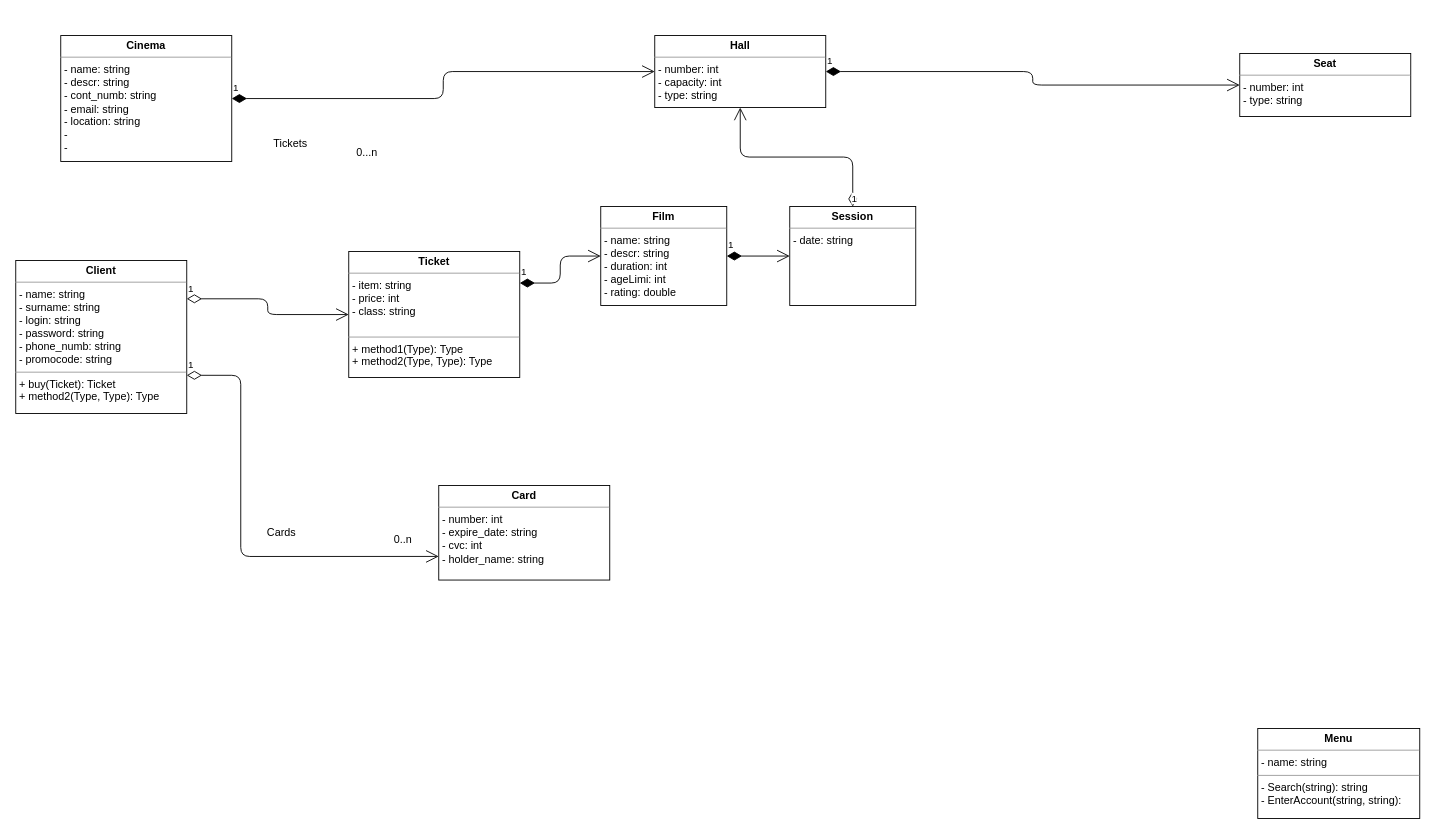
pashokred/uml keeps this draw.io diagram as Homework1Class.drawio. Above is the earlier version. Source tidied: cells renumbered, new cells numbered last; positions are measured from the earlier drawing's top-left corner, leaving out a move shared by most shapes. Both pictures are drawn from the tidied source at 90%, with x=0, y=0 at pixel (15, 35).
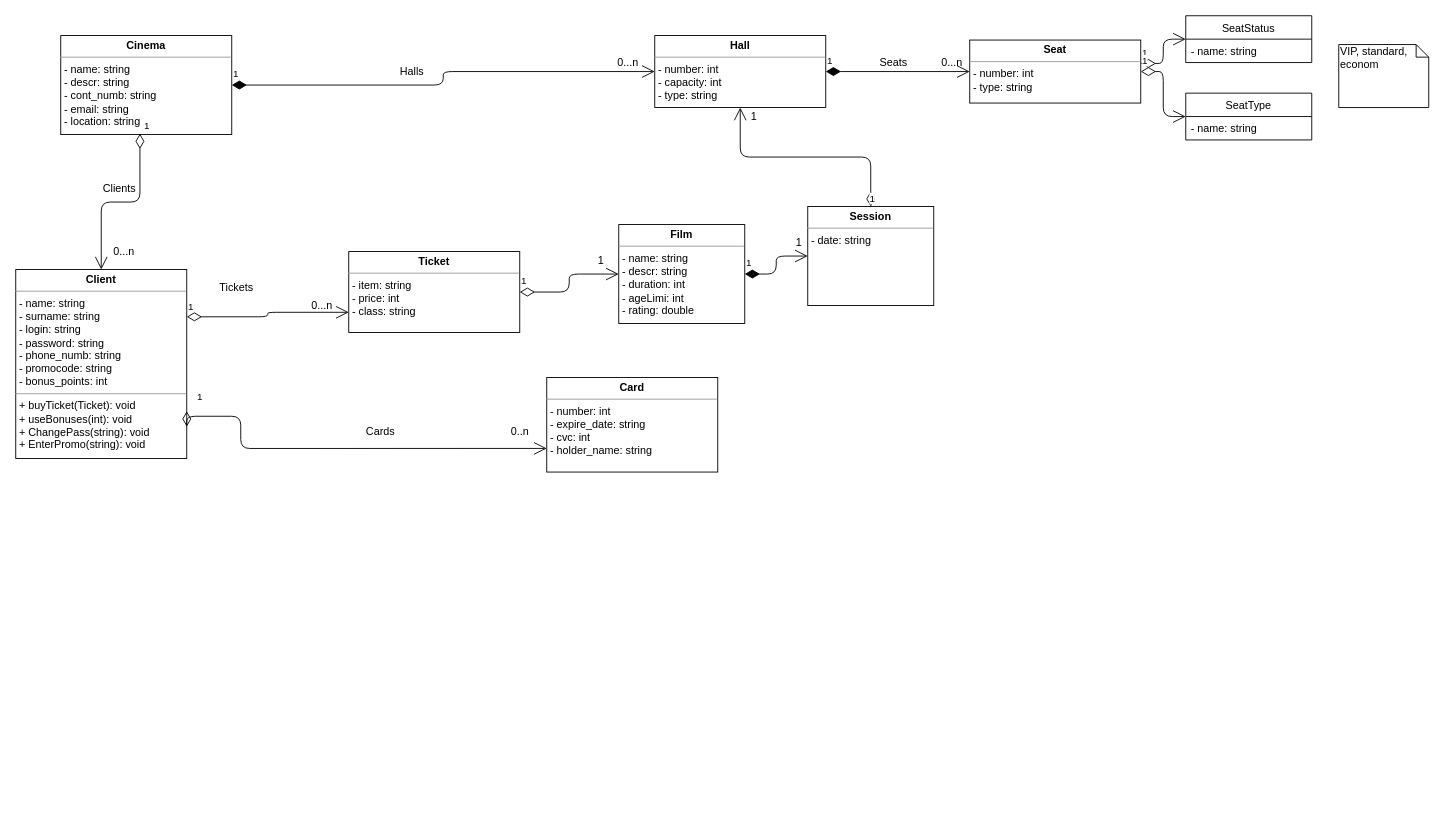
After the change.

What changed in the source:
```diff
@@
-    <mxCell id="2" value="&lt;p style=&quot;margin: 0px ; margin-top: 4px ; text-align: center&quot;&gt;&lt;b&gt;Menu&lt;/b&gt;&lt;/p&gt;&lt;hr size=&quot;1&quot;&gt;&lt;p style=&quot;margin: 0px ; margin-left: 4px&quot;&gt;- name: string&lt;br&gt;&lt;/p&gt;&lt;hr size=&quot;1&quot;&gt;&lt;p style=&quot;margin: 0px ; margin-left: 4px&quot;&gt;- Search(string): string&lt;br&gt;- EnterAccount(string, string):&amp;nbsp;&lt;/p&gt;" style="verticalAlign=top;align=left;overflow=fill;fontSize=12;fontFamily=Helvetica;html=1;" parent="1" vertex="1">
-      <mxGeometry x="1380" y="770" width="180" height="100" as="geometry" />
-    </mxCell>
+    <mxCell id="22" value="SeatStatus" style="swimlane;fontStyle=0;horizontal=1;startSize=26;fillColor=none;" parent="1" vertex="1">
+      <mxGeometry x="1300" y="-22" width="140" height="52" as="geometry" />
+    </mxCell>
+    <mxCell id="23" value="- name: string" style="text;strokeColor=none;fillColor=none;align=left;verticalAlign=top;spacingLeft=4;spacingRight=4;overflow=hidden;" parent="22" vertex="1">
+      <mxGeometry y="26" width="140" height="26" as="geometry" />
+    </mxCell>
-    <mxCell id="3" value="&lt;p style=&quot;margin: 0px ; margin-top: 4px ; text-align: center&quot;&gt;&lt;b&gt;Client&lt;/b&gt;&lt;/p&gt;&lt;hr size=&quot;1&quot;&gt;&lt;p style=&quot;margin: 0px ; margin-left: 4px&quot;&gt;- name: string&lt;br&gt;- surname: string&lt;br&gt;&lt;/p&gt;&lt;p style=&quot;margin: 0px ; margin-left: 4px&quot;&gt;- login: string&lt;/p&gt;&lt;p style=&quot;margin: 0px ; margin-left: 4px&quot;&gt;- password: string&lt;/p&gt;&lt;p style=&quot;margin: 0px ; margin-left: 4px&quot;&gt;- phone_numb: string&lt;/p&gt;&lt;p style=&quot;margin: 0px ; margin-left: 4px&quot;&gt;- promocode: string&lt;/p&gt;&lt;hr size=&quot;1&quot;&gt;&lt;p style=&quot;margin: 0px ; margin-left: 4px&quot;&gt;+ buy(Ticket): Ticket&lt;br&gt;+ method2(Type, Type): Type&lt;/p&gt;" style="verticalAlign=top;align=left;overflow=fill;fontSize=12;fontFamily=Helvetica;html=1;" parent="1" vertex="1">
-      <mxGeometry y="250" width="190" height="170" as="geometry" />
+    <mxCell id="3" value="&lt;p style=&quot;margin: 0px ; margin-top: 4px ; text-align: center&quot;&gt;&lt;b&gt;Client&lt;/b&gt;&lt;/p&gt;&lt;hr size=&quot;1&quot;&gt;&lt;p style=&quot;margin: 0px ; margin-left: 4px&quot;&gt;- name: string&lt;br&gt;- surname: string&lt;br&gt;&lt;/p&gt;&lt;p style=&quot;margin: 0px ; margin-left: 4px&quot;&gt;- login: string&lt;/p&gt;&lt;p style=&quot;margin: 0px ; margin-left: 4px&quot;&gt;- password: string&lt;/p&gt;&lt;p style=&quot;margin: 0px ; margin-left: 4px&quot;&gt;- phone_numb: string&lt;/p&gt;&lt;p style=&quot;margin: 0px ; margin-left: 4px&quot;&gt;- promocode: string&lt;/p&gt;&lt;p style=&quot;margin: 0px ; margin-left: 4px&quot;&gt;- bonus_points: int&lt;/p&gt;&lt;hr size=&quot;1&quot;&gt;&lt;p style=&quot;margin: 0px ; margin-left: 4px&quot;&gt;+ buyTicket(Ticket): void&lt;br&gt;+ useBonuses(int): void&lt;/p&gt;&lt;p style=&quot;margin: 0px ; margin-left: 4px&quot;&gt;+ ChangePass(string): void&lt;/p&gt;&lt;p style=&quot;margin: 0px ; margin-left: 4px&quot;&gt;+ EnterPromo(string): void&lt;/p&gt;" style="verticalAlign=top;align=left;overflow=fill;fontSize=12;fontFamily=Helvetica;html=1;" parent="1" vertex="1">
+      <mxGeometry y="260" width="190" height="210" as="geometry" />
     </mxCell>
-    <mxCell id="4" value="&lt;p style=&quot;margin: 0px ; margin-top: 4px ; text-align: center&quot;&gt;&lt;b&gt;Ticket&lt;/b&gt;&lt;/p&gt;&lt;hr size=&quot;1&quot;&gt;&lt;p style=&quot;margin: 0px ; margin-left: 4px&quot;&gt;- item: string&lt;br&gt;- price: int&lt;/p&gt;&lt;p style=&quot;margin: 0px ; margin-left: 4px&quot;&gt;- class: string&lt;/p&gt;&lt;p style=&quot;margin: 0px ; margin-left: 4px&quot;&gt;&lt;br&gt;&lt;/p&gt;&lt;hr size=&quot;1&quot;&gt;&lt;p style=&quot;margin: 0px ; margin-left: 4px&quot;&gt;+ method1(Type): Type&lt;br&gt;+ method2(Type, Type): Type&lt;/p&gt;" style="verticalAlign=top;align=left;overflow=fill;fontSize=12;fontFamily=Helvetica;html=1;" parent="1" vertex="1">
-      <mxGeometry x="370" y="240" width="190" height="140" as="geometry" />
+    <mxCell id="4" value="&lt;p style=&quot;margin: 0px ; margin-top: 4px ; text-align: center&quot;&gt;&lt;b&gt;Ticket&lt;/b&gt;&lt;/p&gt;&lt;hr size=&quot;1&quot;&gt;&lt;p style=&quot;margin: 0px ; margin-left: 4px&quot;&gt;- item: string&lt;br&gt;- price: int&lt;/p&gt;&lt;p style=&quot;margin: 0px ; margin-left: 4px&quot;&gt;- class: string&lt;/p&gt;" style="verticalAlign=top;align=left;overflow=fill;fontSize=12;fontFamily=Helvetica;html=1;" parent="1" vertex="1">
+      <mxGeometry x="370" y="240" width="190" height="90" as="geometry" />
     </mxCell>
     <mxCell id="5" value="&lt;p style=&quot;margin: 0px ; margin-top: 4px ; text-align: center&quot;&gt;&lt;b&gt;Card&lt;/b&gt;&lt;/p&gt;&lt;hr size=&quot;1&quot;&gt;&lt;p style=&quot;margin: 0px ; margin-left: 4px&quot;&gt;- number: int&lt;br&gt;- expire_date: string&lt;/p&gt;&lt;p style=&quot;margin: 0px ; margin-left: 4px&quot;&gt;- cvc: int&lt;/p&gt;&lt;p style=&quot;margin: 0px ; margin-left: 4px&quot;&gt;- holder_name: string&lt;/p&gt;" style="verticalAlign=top;align=left;overflow=fill;fontSize=12;fontFamily=Helvetica;html=1;" parent="1" vertex="1">
-      <mxGeometry x="470" y="500" width="190" height="105" as="geometry" />
+      <mxGeometry x="590" y="380" width="190" height="105" as="geometry" />
     </mxCell>
-    <mxCell id="6" value="&lt;p style=&quot;margin: 0px ; margin-top: 4px ; text-align: center&quot;&gt;&lt;b&gt;Cinema&lt;/b&gt;&lt;/p&gt;&lt;hr size=&quot;1&quot;&gt;&lt;p style=&quot;margin: 0px ; margin-left: 4px&quot;&gt;- name: string&lt;br&gt;- descr: string&lt;/p&gt;&lt;p style=&quot;margin: 0px ; margin-left: 4px&quot;&gt;- cont_numb: string&lt;/p&gt;&lt;p style=&quot;margin: 0px ; margin-left: 4px&quot;&gt;- email: string&lt;/p&gt;&lt;p style=&quot;margin: 0px ; margin-left: 4px&quot;&gt;- location: string&lt;/p&gt;&lt;p style=&quot;margin: 0px ; margin-left: 4px&quot;&gt;-&amp;nbsp;&lt;/p&gt;&lt;p style=&quot;margin: 0px ; margin-left: 4px&quot;&gt;-&amp;nbsp;&lt;/p&gt;" style="verticalAlign=top;align=left;overflow=fill;fontSize=12;fontFamily=Helvetica;html=1;" parent="1" vertex="1">
-      <mxGeometry x="50" width="190" height="140" as="geometry" />
+    <mxCell id="6" value="&lt;p style=&quot;margin: 0px ; margin-top: 4px ; text-align: center&quot;&gt;&lt;b&gt;Cinema&lt;/b&gt;&lt;/p&gt;&lt;hr size=&quot;1&quot;&gt;&lt;p style=&quot;margin: 0px ; margin-left: 4px&quot;&gt;- name: string&lt;br&gt;- descr: string&lt;/p&gt;&lt;p style=&quot;margin: 0px ; margin-left: 4px&quot;&gt;- cont_numb: string&lt;/p&gt;&lt;p style=&quot;margin: 0px ; margin-left: 4px&quot;&gt;- email: string&lt;/p&gt;&lt;p style=&quot;margin: 0px ; margin-left: 4px&quot;&gt;- location: string&lt;/p&gt;" style="verticalAlign=top;align=left;overflow=fill;fontSize=12;fontFamily=Helvetica;html=1;" parent="1" vertex="1">
+      <mxGeometry x="50" width="190" height="110" as="geometry" />
     </mxCell>
     <mxCell id="7" value="0..n" style="text;html=1;align=center;verticalAlign=middle;" parent="1" vertex="1">
-      <mxGeometry x="410" y="550" width="40" height="20" as="geometry" />
+      <mxGeometry x="540" y="430" width="40" height="20" as="geometry" />
     </mxCell>
     <mxCell id="8" value="Cards" style="text;html=1;align=center;verticalAlign=middle;" parent="1" vertex="1">
-      <mxGeometry x="270" y="542.5" width="50" height="20" as="geometry" />
+      <mxGeometry x="380" y="430" width="50" height="20" as="geometry" />
     </mxCell>
     <mxCell id="9" value="0...n" style="text;html=1;align=center;verticalAlign=middle;" parent="1" vertex="1">
-      <mxGeometry x="370" y="120" width="40" height="20" as="geometry" />
+      <mxGeometry x="320" y="290" width="40" height="20" as="geometry" />
     </mxCell>
     <mxCell id="10" value="Tickets" style="text;html=1;align=center;verticalAlign=middle;" parent="1" vertex="1">
-      <mxGeometry x="280" y="110" width="50" height="20" as="geometry" />
+      <mxGeometry x="220" y="270" width="50" height="20" as="geometry" />
     </mxCell>
     <mxCell id="11" value="&lt;p style=&quot;margin: 0px ; margin-top: 4px ; text-align: center&quot;&gt;&lt;b&gt;Film&lt;/b&gt;&lt;/p&gt;&lt;hr size=&quot;1&quot;&gt;&lt;p style=&quot;margin: 0px ; margin-left: 4px&quot;&gt;- name: string&lt;br&gt;- descr: string&lt;/p&gt;&lt;p style=&quot;margin: 0px ; margin-left: 4px&quot;&gt;- duration: int&lt;/p&gt;&lt;p style=&quot;margin: 0px ; margin-left: 4px&quot;&gt;- ageLimi: int&lt;/p&gt;&lt;p style=&quot;margin: 0px ; margin-left: 4px&quot;&gt;- rating: double&lt;/p&gt;" style="verticalAlign=top;align=left;overflow=fill;fontSize=12;fontFamily=Helvetica;html=1;" parent="1" vertex="1">
-      <mxGeometry x="650" y="190" width="140" height="110" as="geometry" />
+      <mxGeometry x="670" y="210" width="140" height="110" as="geometry" />
     </mxCell>
@@
     <mxCell id="13" value="&lt;p style=&quot;margin: 0px ; margin-top: 4px ; text-align: center&quot;&gt;&lt;b&gt;Seat&lt;/b&gt;&lt;/p&gt;&lt;hr size=&quot;1&quot;&gt;&lt;p style=&quot;margin: 0px ; margin-left: 4px&quot;&gt;- number: int&lt;br&gt;&lt;/p&gt;&lt;p style=&quot;margin: 0px ; margin-left: 4px&quot;&gt;- type: string&lt;/p&gt;" style="verticalAlign=top;align=left;overflow=fill;fontSize=12;fontFamily=Helvetica;html=1;" parent="1" vertex="1">
-      <mxGeometry x="1360" y="20" width="190" height="70" as="geometry" />
+      <mxGeometry x="1060" y="5" width="190" height="70" as="geometry" />
     </mxCell>
@@
-    <mxCell id="16" value="1" style="endArrow=open;html=1;endSize=12;startArrow=diamondThin;startSize=14;startFill=1;edgeStyle=orthogonalEdgeStyle;align=left;verticalAlign=bottom;exitX=1;exitY=0.25;exitDx=0;exitDy=0;entryX=0;entryY=0.5;entryDx=0;entryDy=0;" parent="1" edge="1" source="4" target="11">
-      <mxGeometry x="-1" y="3" relative="1" as="geometry" />
-    </mxCell>
     <mxCell id="17" value="&lt;p style=&quot;margin: 0px ; margin-top: 4px ; text-align: center&quot;&gt;&lt;b&gt;Session&lt;/b&gt;&lt;/p&gt;&lt;hr size=&quot;1&quot;&gt;&lt;p style=&quot;margin: 0px ; margin-left: 4px&quot;&gt;- date: string&lt;/p&gt;" style="verticalAlign=top;align=left;overflow=fill;fontSize=12;fontFamily=Helvetica;html=1;" parent="1" vertex="1">
-      <mxGeometry x="860" y="190" width="140" height="110" as="geometry" />
+      <mxGeometry x="880" y="190" width="140" height="110" as="geometry" />
     </mxCell>
     <mxCell id="18" value="1" style="endArrow=open;html=1;endSize=12;startArrow=diamondThin;startSize=14;startFill=0;edgeStyle=orthogonalEdgeStyle;align=left;verticalAlign=bottom;exitX=1;exitY=0.75;exitDx=0;exitDy=0;entryX=0;entryY=0.75;entryDx=0;entryDy=0;" parent="1" edge="1" source="3" target="5">
-      <mxGeometry x="-1" y="3" relative="1" as="geometry">
+      <mxGeometry x="-0.93" y="13" relative="1" as="geometry">
         <Array as="points">
-          <mxPoint x="250" y="378" />
-          <mxPoint x="250" y="579" />
+          <mxPoint x="190" y="423" />
+          <mxPoint x="250" y="423" />
+          <mxPoint x="250" y="459" />
         </Array>
       </mxGeometry>
     </mxCell>
-    <mxCell id="19" value="1" style="endArrow=open;html=1;endSize=12;startArrow=diamondThin;startSize=14;startFill=0;edgeStyle=orthogonalEdgeStyle;align=left;verticalAlign=bottom;exitX=1;exitY=0.25;exitDx=0;exitDy=0;entryX=0;entryY=0.5;entryDx=0;entryDy=0;" parent="1" edge="1" source="3" target="4">
+    <mxCell id="19" value="1" style="endArrow=open;html=1;endSize=12;startArrow=diamondThin;startSize=14;startFill=0;edgeStyle=orthogonalEdgeStyle;align=left;verticalAlign=bottom;exitX=1;exitY=0.25;exitDx=0;exitDy=0;entryX=0;entryY=0.75;entryDx=0;entryDy=0;" parent="1" edge="1" source="3" target="4">
       <mxGeometry x="-1" y="3" relative="1" as="geometry" />
     </mxCell>
@@
+    <mxCell id="24" value="1" style="text;html=1;align=center;verticalAlign=middle;" parent="1" vertex="1">
+      <mxGeometry x="640" y="240" width="20" height="20" as="geometry" />
+    </mxCell>
+    <mxCell id="25" value="1" style="text;html=1;align=center;verticalAlign=middle;" parent="1" vertex="1">
+      <mxGeometry x="860" y="220" width="20" height="20" as="geometry" />
+    </mxCell>
+    <mxCell id="26" value="1" style="text;html=1;align=center;verticalAlign=middle;" parent="1" vertex="1">
+      <mxGeometry x="810" y="80" width="20" height="20" as="geometry" />
+    </mxCell>
+    <mxCell id="27" value="0...n" style="text;html=1;align=center;verticalAlign=middle;" parent="1" vertex="1">
+      <mxGeometry x="1020" y="20" width="40" height="20" as="geometry" />
+    </mxCell>
+    <mxCell id="28" value="0...n" style="text;html=1;align=center;verticalAlign=middle;" parent="1" vertex="1">
+      <mxGeometry x="660" y="20" width="40" height="20" as="geometry" />
+    </mxCell>
+    <mxCell id="29" value="1" style="endArrow=open;html=1;endSize=12;startArrow=diamondThin;startSize=14;startFill=0;edgeStyle=orthogonalEdgeStyle;align=left;verticalAlign=bottom;exitX=0.463;exitY=0.991;exitDx=0;exitDy=0;exitPerimeter=0;entryX=0.5;entryY=0;entryDx=0;entryDy=0;" parent="1" edge="1" source="6" target="3">
+      <mxGeometry x="-1" y="3" relative="1" as="geometry" />
+    </mxCell>
+    <mxCell id="30" value="0...n" style="text;html=1;align=center;verticalAlign=middle;" parent="1" vertex="1">
+      <mxGeometry x="100" y="230" width="40" height="20" as="geometry" />
+    </mxCell>
+    <mxCell id="31" value="Clients" style="text;html=1;align=center;verticalAlign=middle;" parent="1" vertex="1">
+      <mxGeometry x="90" y="160" width="50" height="20" as="geometry" />
+    </mxCell>
+    <mxCell id="32" value="Halls" style="text;html=1;align=center;verticalAlign=middle;" parent="1" vertex="1">
+      <mxGeometry x="420" y="30" width="40" height="20" as="geometry" />
+    </mxCell>
+    <mxCell id="33" value="Seats" style="text;html=1;align=center;verticalAlign=middle;" parent="1" vertex="1">
+      <mxGeometry x="950" y="20" width="50" height="20" as="geometry" />
+    </mxCell>
+    <mxCell id="34" value="VIP, standard, econom&lt;br&gt;" style="shape=note;whiteSpace=wrap;html=1;size=14;verticalAlign=top;align=left;spacingTop=-6;" parent="1" vertex="1">
+      <mxGeometry x="1470" y="10" width="100" height="70" as="geometry" />
+    </mxCell>
+    <mxCell id="35" value="SeatType" style="swimlane;fontStyle=0;horizontal=1;startSize=26;fillColor=none;" parent="1" vertex="1">
+      <mxGeometry x="1300" y="64" width="140" height="52" as="geometry" />
+    </mxCell>
+    <mxCell id="36" value="- name: string" style="text;strokeColor=none;fillColor=none;align=left;verticalAlign=top;spacingLeft=4;spacingRight=4;overflow=hidden;" parent="35" vertex="1">
+      <mxGeometry y="26" width="140" height="26" as="geometry" />
+    </mxCell>
+    <mxCell id="37" value="1" style="endArrow=open;html=1;endSize=12;startArrow=diamondThin;startSize=14;startFill=0;edgeStyle=orthogonalEdgeStyle;align=left;verticalAlign=bottom;entryX=0;entryY=0.5;entryDx=0;entryDy=0;exitX=1;exitY=0.371;exitDx=0;exitDy=0;exitPerimeter=0;" parent="1" edge="1" source="13" target="22">
+      <mxGeometry x="-1" y="3" relative="1" as="geometry" />
+    </mxCell>
+    <mxCell id="38" value="1" style="endArrow=open;html=1;endSize=12;startArrow=diamondThin;startSize=14;startFill=0;edgeStyle=orthogonalEdgeStyle;align=left;verticalAlign=bottom;entryX=0;entryY=0.5;entryDx=0;entryDy=0;exitX=1;exitY=0.5;exitDx=0;exitDy=0;" parent="1" edge="1" source="13" target="35">
+      <mxGeometry x="-1" y="3" relative="1" as="geometry" />
+    </mxCell>
+    <mxCell id="16" value="1" style="endArrow=open;html=1;endSize=12;startArrow=diamondThin;startSize=14;startFill=0;edgeStyle=orthogonalEdgeStyle;align=left;verticalAlign=bottom;exitX=1;exitY=0.5;exitDx=0;exitDy=0;entryX=0;entryY=0.5;entryDx=0;entryDy=0;" parent="1" edge="1" source="4" target="11">
+      <mxGeometry x="-1" y="3" relative="1" as="geometry" />
+    </mxCell>
```
